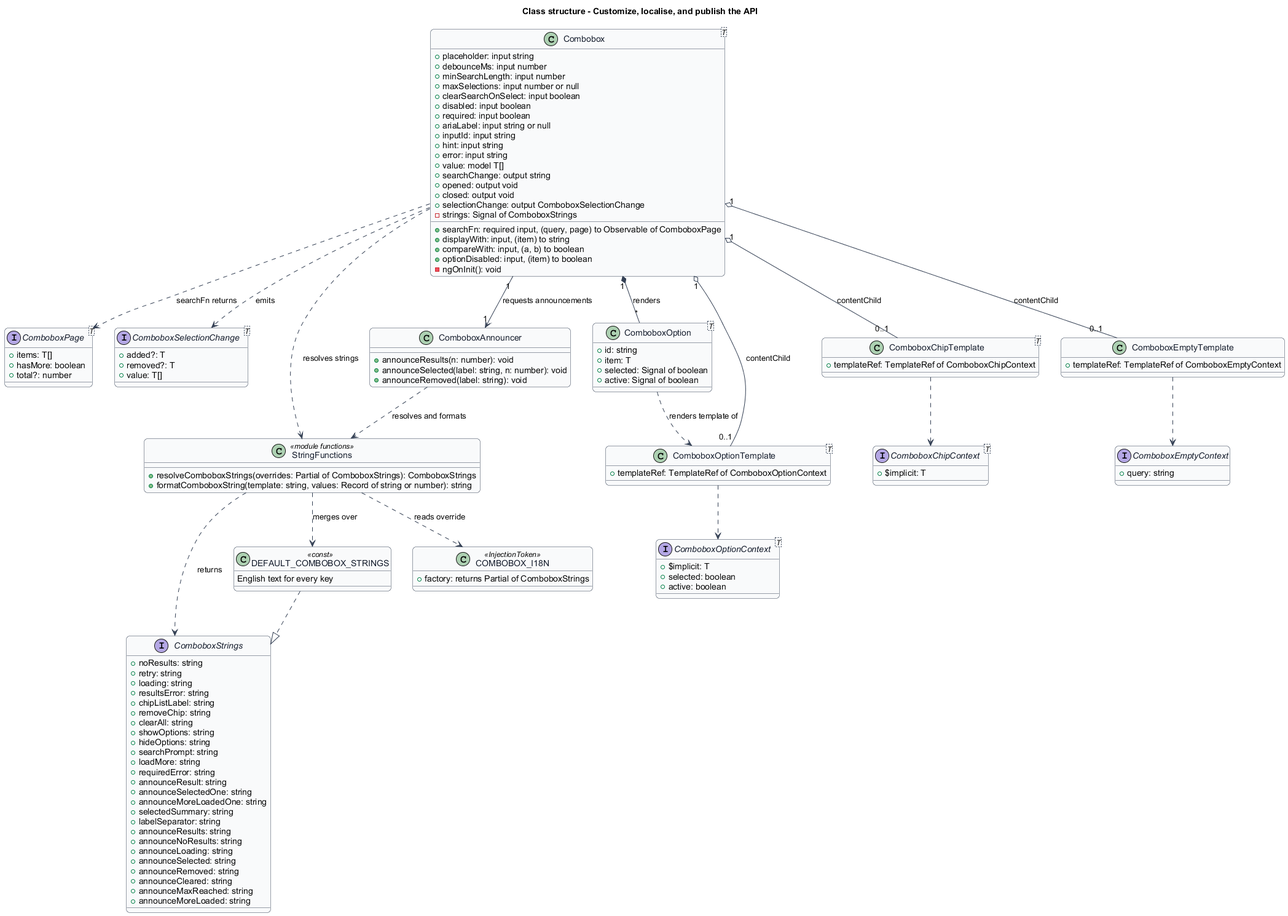
This is docs/detailed-designs/combobox/customize-and-localise/diagrams/class-structure.png from QuinntyneBrown/Tessera, a PlantUML export, as it was before one commit.
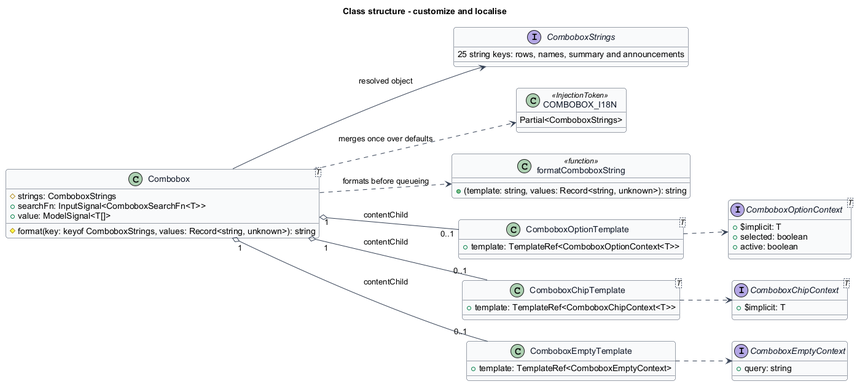
The same file after the commit.

Change to the diagram source:
```diff
@@ -1,141 +1,58 @@
 @startuml
-title Class structure - Customize, localise, and publish the API
+left to right direction
 skinparam backgroundColor #FFFFFF
 skinparam shadowing false
-skinparam roundcorner 12
+skinparam roundcorner 8
 skinparam defaultFontName Arial
 skinparam ArrowColor #344054
-skinparam rectangle {
-  BorderColor #344054
-  FontColor #101828
-}
-skinparam package {
-  BorderColor #667085
-  FontColor #101828
-  BackgroundColor #F9FAFB
-}
 skinparam class {
   BorderColor #344054
   FontColor #101828
   BackgroundColor #F9FAFB
 }
-class "Combobox<T>" as Combobox {
-  +searchFn: required input, (query, page) to Observable of ComboboxPage
-  +displayWith: input, (item) to string
-  +compareWith: input, (a, b) to boolean
-  +optionDisabled: input, (item) to boolean
-  +placeholder: input string
-  +debounceMs: input number
-  +minSearchLength: input number
-  +maxSelections: input number or null
-  +clearSearchOnSelect: input boolean
-  +disabled: input boolean
-  +required: input boolean
-  +ariaLabel: input string or null
-  +inputId: input string
-  +hint: input string
-  +error: input string
-  +value: model T[]
-  +searchChange: output string
-  +opened: output void
-  +closed: output void
-  +selectionChange: output ComboboxSelectionChange
-  -strings: Signal of ComboboxStrings
-  -ngOnInit(): void
-}
-interface "ComboboxPage<T>" as ComboboxPage {
-  +items: T[]
-  +hasMore: boolean
-  +total?: number
-}
-interface "ComboboxSelectionChange<T>" as ComboboxSelectionChange {
-  +added?: T
-  +removed?: T
-  +value: T[]
+title Class structure - customize and localise
+class "Combobox<T>" as Combo {
+  #strings: ComboboxStrings
+  #format(key: keyof ComboboxStrings, values: Record<string, unknown>): string
+  +searchFn: InputSignal<ComboboxSearchFn<T>>
+  +value: ModelSignal<T[]>
 }
 interface ComboboxStrings {
-  +noResults: string
-  +retry: string
-  +loading: string
-  +resultsError: string
-  +chipListLabel: string
-  +removeChip: string
-  +clearAll: string
-  +showOptions: string
-  +hideOptions: string
-  +searchPrompt: string
-  +loadMore: string
-  +requiredError: string
-  +announceResult: string
-  +announceSelectedOne: string
-  +announceMoreLoadedOne: string
-  +selectedSummary: string
-  +labelSeparator: string
-  +announceResults: string
-  +announceNoResults: string
-  +announceLoading: string
-  +announceSelected: string
-  +announceRemoved: string
-  +announceCleared: string
-  +announceMaxReached: string
-  +announceMoreLoaded: string
-}
-class DEFAULT_COMBOBOX_STRINGS <<const>> {
-  English text for every key
+  25 string keys: rows, names, summary and announcements
 }
 class COMBOBOX_I18N <<InjectionToken>> {
-  +factory: returns Partial of ComboboxStrings
+  Partial<ComboboxStrings>
 }
-class StringFunctions <<module functions>> {
-  +resolveComboboxStrings(overrides: Partial of ComboboxStrings): ComboboxStrings
-  +formatComboboxString(template: string, values: Record of string or number): string
+class "formatComboboxString" as Format <<function>> {
+  +(template: string, values: Record<string, unknown>): string
 }
-class ComboboxAnnouncer {
-  +announceResults(n: number): void
-  +announceSelected(label: string, n: number): void
-  +announceRemoved(label: string): void
+class "ComboboxOptionTemplate<T>" as OptionSlot {
+  +template: TemplateRef<ComboboxOptionContext<T>>
 }
-class "ComboboxOption<T>" as ComboboxOption {
-  +id: string
-  +item: T
-  +selected: Signal of boolean
-  +active: Signal of boolean
-}
-class "ComboboxOptionTemplate<T>" as ComboboxOptionTemplate {
-  +templateRef: TemplateRef of ComboboxOptionContext
-}
-class "ComboboxChipTemplate<T>" as ComboboxChipTemplate {
-  +templateRef: TemplateRef of ComboboxChipContext
+class "ComboboxChipTemplate<T>" as ChipSlot {
+  +template: TemplateRef<ComboboxChipContext<T>>
 }
 class ComboboxEmptyTemplate {
-  +templateRef: TemplateRef of ComboboxEmptyContext
+  +template: TemplateRef<ComboboxEmptyContext>
 }
-interface "ComboboxOptionContext<T>" as ComboboxOptionContext {
+interface "ComboboxOptionContext<T>" as OptionContext {
   +$implicit: T
   +selected: boolean
   +active: boolean
 }
-interface "ComboboxChipContext<T>" as ComboboxChipContext {
+interface "ComboboxChipContext<T>" as ChipContext {
   +$implicit: T
 }
 interface ComboboxEmptyContext {
   +query: string
 }
-Combobox "1" --> "1" ComboboxAnnouncer : requests announcements
-Combobox ..> StringFunctions : resolves strings
-ComboboxAnnouncer ..> StringFunctions : resolves and formats
-StringFunctions ..> COMBOBOX_I18N : reads override
-StringFunctions ..> DEFAULT_COMBOBOX_STRINGS : merges over
-StringFunctions ..> ComboboxStrings : returns
-DEFAULT_COMBOBOX_STRINGS ..|> ComboboxStrings
-Combobox ..> ComboboxPage : searchFn returns
-Combobox ..> ComboboxSelectionChange : emits
-Combobox "1" o-- "0..1" ComboboxOptionTemplate : contentChild
-Combobox "1" o-- "0..1" ComboboxChipTemplate : contentChild
-Combobox "1" o-- "0..1" ComboboxEmptyTemplate : contentChild
-Combobox "1" *-- "*" ComboboxOption : renders
-ComboboxOptionTemplate ..> ComboboxOptionContext
-ComboboxChipTemplate ..> ComboboxChipContext
+Combo ..> COMBOBOX_I18N : merges once over defaults
+Combo --> ComboboxStrings : resolved object
+Combo ..> Format : formats before queueing
+Combo "1" o-- "0..1" OptionSlot : contentChild
+Combo "1" o-- "0..1" ChipSlot : contentChild
+Combo "1" o-- "0..1" ComboboxEmptyTemplate : contentChild
+OptionSlot ..> OptionContext
+ChipSlot ..> ChipContext
 ComboboxEmptyTemplate ..> ComboboxEmptyContext
-ComboboxOption ..> ComboboxOptionTemplate : renders template of
 @enduml
```
